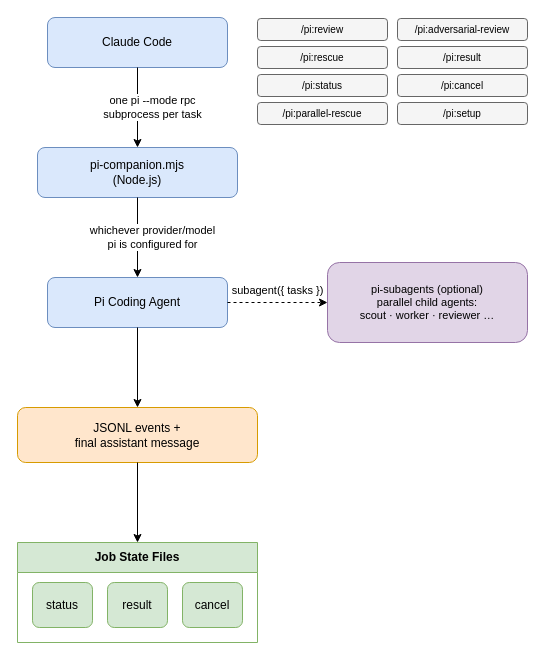
The draw.io diagram docs/pi-plugin-cc-workflow.drawio in LightningLeader/pi-codex-plugin, before the edit. Source tidied: cells renumbered, new cells numbered last; positions are measured from the earlier drawing's top-left corner, leaving out a move shared by most shapes. Both pictures are drawn from the tidied source at 100%, with x=0, y=0 at pixel (17, 17).
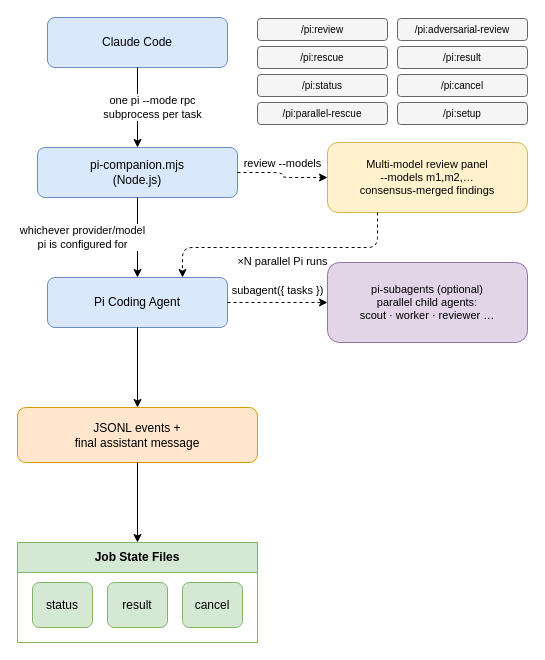
After the change.

Commit message (it also covers changes not shown here):
docs: workflow diagrams gain multi-model panel; compress PNGs; tidy root

Unchanged cells that the change refers to:
```xml
<mxCell id="11" value="pi-companion.mjs&#10;(Node.js)" style="rounded=1;whiteSpace=wrap;html=1;fillColor=#dae8fc;strokeColor=#6c8ebf;" parent="1" vertex="1">
  <mxGeometry x="20" y="130" width="200" height="50" as="geometry" />
</mxCell>
<mxCell id="12" value="Pi Coding Agent" style="rounded=1;whiteSpace=wrap;html=1;fillColor=#dae8fc;strokeColor=#6c8ebf;" parent="1" vertex="1">
  <mxGeometry x="30" y="260" width="180" height="50" as="geometry" />
</mxCell>
```

Diff of the diagram source:
```diff
@@
     <mxCell id="19" value="whichever provider/model&#10;pi is configured for" style="edgeStyle=orthogonalEdgeStyle;rounded=1;jettySize=auto;html=1;exitX=0.5;exitY=1;exitDx=0;exitDy=0;entryX=0.5;entryY=0;entryDx=0;entryDy=0;flowAnimation=1;labelBackgroundColor=#ffffff;fontSize=11;" parent="1" edge="1" source="11" target="12">
       <mxGeometry relative="1" as="geometry">
-        <mxPoint x="15" as="offset" />
+        <mxPoint x="-55" as="offset" />
       </mxGeometry>
     </mxCell>
@@
+    <mxCell id="24" value="Multi-model review panel&#10;--models m1,m2,…&#10;consensus-merged findings" style="rounded=1;whiteSpace=wrap;html=1;fillColor=#fff2cc;strokeColor=#d6b656;fontSize=11;" parent="1" vertex="1">
+      <mxGeometry x="310" y="125" width="200" height="70" as="geometry" />
+    </mxCell>
+    <mxCell id="25" value="review --models" style="edgeStyle=orthogonalEdgeStyle;rounded=1;jettySize=auto;html=1;exitX=1;exitY=0.5;exitDx=0;exitDy=0;entryX=0;entryY=0.5;entryDx=0;entryDy=0;flowAnimation=1;labelBackgroundColor=#ffffff;fontSize=11;dashed=1;" parent="1" edge="1" source="11" target="24">
+      <mxGeometry relative="1" as="geometry">
+        <mxPoint y="-12" as="offset" />
+      </mxGeometry>
+    </mxCell>
+    <mxCell id="26" value="×N parallel Pi runs" style="edgeStyle=orthogonalEdgeStyle;rounded=1;jettySize=auto;html=1;exitX=0.25;exitY=1;exitDx=0;exitDy=0;entryX=0.75;entryY=0;entryDx=0;entryDy=0;flowAnimation=1;labelBackgroundColor=#ffffff;fontSize=11;dashed=1;" parent="1" edge="1" source="24" target="12">
+      <mxGeometry relative="1" as="geometry">
+        <Array as="points">
+          <mxPoint x="360" y="230" />
+          <mxPoint x="165" y="230" />
+        </Array>
+        <mxPoint y="14" as="offset" />
+      </mxGeometry>
+    </mxCell>
```
